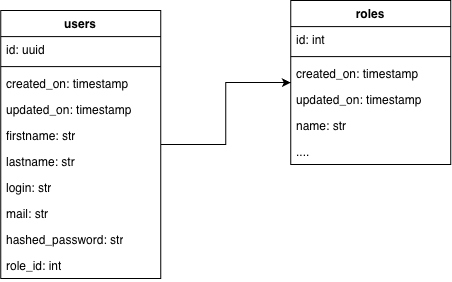
This is docs/img/DB.png from jur4ikoff/inference-platform, a draw.io export, as it was before one commit. Source tidied: cells renumbered, new cells last; positions are measured from the earlier drawing's top-left corner, leaving out a move shared by most shapes.
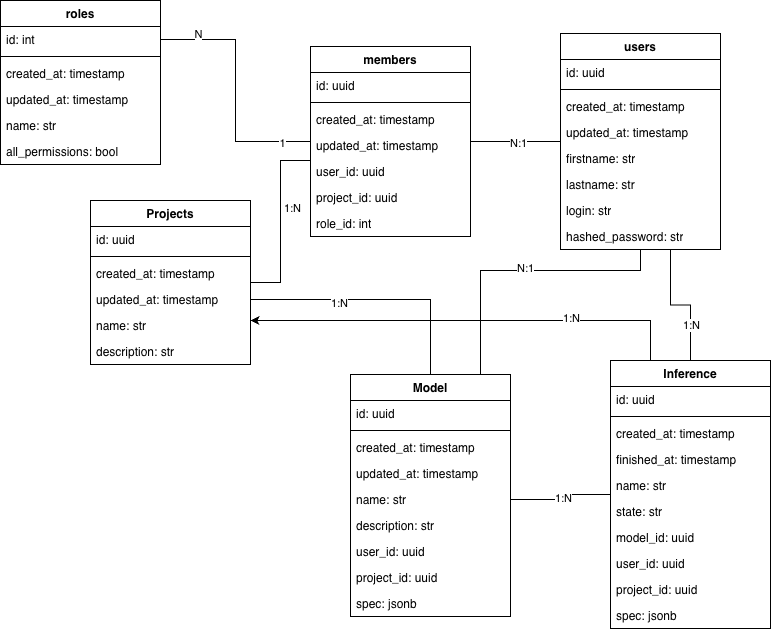
The same diagram one commit later.

Change to the diagram source:
```diff
@@ -2,11 +2,19 @@
   <root>
     <mxCell id="0" />
     <mxCell id="1" parent="0" />
-    <mxCell id="2" style="edgeStyle=orthogonalEdgeStyle;rounded=0;jettySize=auto;html=1;" parent="1" edge="1" source="3" target="14">
-      <mxGeometry relative="1" as="geometry" />
-    </mxCell>
+    <mxCell id="21" style="edgeStyle=orthogonalEdgeStyle;rounded=0;jettySize=auto;html=1;entryX=0.75;entryY=0;entryDx=0;entryDy=0;endArrow=none;endFill=0;" parent="1" edge="1" source="3" target="47">
+      <mxGeometry relative="1" as="geometry">
+        <Array as="points">
+          <mxPoint x="459" y="240" />
+          <mxPoint x="299" y="240" />
+        </Array>
+      </mxGeometry>
+    </mxCell>
+    <mxCell id="22" value="N:1" style="edgeLabel;html=1;align=center;verticalAlign=middle;" parent="21" vertex="1">
+      <mxGeometry x="-0.07" y="-2" relative="1" as="geometry" />
+    </mxCell>
     <mxCell id="3" value="users" style="swimlane;fontStyle=1;align=center;verticalAlign=top;horizontal=1;startSize=26;whiteSpace=wrap;html=1;" parent="1" vertex="1">
-      <mxGeometry y="10" width="160" height="268" as="geometry" />
+      <mxGeometry x="379" y="3" width="160" height="216" as="geometry" />
     </mxCell>
     <mxCell id="4" value="id: uuid" style="text;strokeColor=none;fillColor=none;align=left;verticalAlign=top;spacingLeft=4;spacingRight=4;overflow=hidden;whiteSpace=wrap;html=1;" parent="3" vertex="1">
       <mxGeometry y="26" width="160" height="26" as="geometry" />
@@ -14,10 +22,10 @@
     <mxCell id="5" style="line;strokeWidth=1;fillColor=none;align=left;verticalAlign=middle;spacingTop=-1;spacingLeft=3;spacingRight=3;labelPosition=right;strokeColor=inherit;" parent="3" vertex="1">
       <mxGeometry y="52" width="160" height="8" as="geometry" />
     </mxCell>
-    <mxCell id="6" value="created_on: timestamp" style="text;strokeColor=none;fillColor=none;align=left;verticalAlign=top;spacingLeft=4;spacingRight=4;overflow=hidden;whiteSpace=wrap;html=1;" parent="3" vertex="1">
+    <mxCell id="6" value="created_at: timestamp" style="text;strokeColor=none;fillColor=none;align=left;verticalAlign=top;spacingLeft=4;spacingRight=4;overflow=hidden;whiteSpace=wrap;html=1;" parent="3" vertex="1">
       <mxGeometry y="60" width="160" height="26" as="geometry" />
     </mxCell>
-    <mxCell id="7" value="updated_on: timestamp" style="text;strokeColor=none;fillColor=none;align=left;verticalAlign=top;spacingLeft=4;spacingRight=4;overflow=hidden;whiteSpace=wrap;html=1;" parent="3" vertex="1">
+    <mxCell id="7" value="updated_at: timestamp" style="text;strokeColor=none;fillColor=none;align=left;verticalAlign=top;spacingLeft=4;spacingRight=4;overflow=hidden;whiteSpace=wrap;html=1;" parent="3" vertex="1">
       <mxGeometry y="86" width="160" height="26" as="geometry" />
     </mxCell>
     <mxCell id="8" value="firstname: str" style="text;strokeColor=none;fillColor=none;align=left;verticalAlign=top;spacingLeft=4;spacingRight=4;overflow=hidden;whiteSpace=wrap;html=1;" parent="3" vertex="1">
@@ -29,17 +37,11 @@
     <mxCell id="10" value="login: str" style="text;strokeColor=none;fillColor=none;align=left;verticalAlign=top;spacingLeft=4;spacingRight=4;overflow=hidden;whiteSpace=wrap;html=1;" parent="3" vertex="1">
       <mxGeometry y="164" width="160" height="26" as="geometry" />
     </mxCell>
-    <mxCell id="11" value="mail: str" style="text;strokeColor=none;fillColor=none;align=left;verticalAlign=top;spacingLeft=4;spacingRight=4;overflow=hidden;whiteSpace=wrap;html=1;" parent="3" vertex="1">
-      <mxGeometry y="190" width="160" height="26" as="geometry" />
-    </mxCell>
     <mxCell id="12" value="hashed_password: str" style="text;strokeColor=none;fillColor=none;align=left;verticalAlign=top;spacingLeft=4;spacingRight=4;overflow=hidden;whiteSpace=wrap;html=1;" parent="3" vertex="1">
-      <mxGeometry y="216" width="160" height="26" as="geometry" />
+      <mxGeometry y="190" width="160" height="26" as="geometry" />
     </mxCell>
-    <mxCell id="13" value="role_id: int" style="text;strokeColor=none;fillColor=none;align=left;verticalAlign=top;spacingLeft=4;spacingRight=4;overflow=hidden;whiteSpace=wrap;html=1;" parent="3" vertex="1">
-      <mxGeometry y="242" width="160" height="26" as="geometry" />
-    </mxCell>
     <mxCell id="14" value="roles" style="swimlane;fontStyle=1;align=center;verticalAlign=top;horizontal=1;startSize=26;whiteSpace=wrap;html=1;" parent="1" vertex="1">
-      <mxGeometry x="290" width="160" height="164" as="geometry" />
+      <mxGeometry x="-181" y="-30" width="160" height="164" as="geometry" />
     </mxCell>
     <mxCell id="15" value="id: int" style="text;strokeColor=none;fillColor=none;align=left;verticalAlign=top;spacingLeft=4;spacingRight=4;overflow=hidden;points=[[0,0.5],[1,0.5]];portConstraint=eastwest;whiteSpace=wrap;html=1;" parent="14" vertex="1">
       <mxGeometry y="26" width="160" height="26" as="geometry" />
@@ -47,17 +49,186 @@
     <mxCell id="16" style="line;strokeWidth=1;fillColor=none;align=left;verticalAlign=middle;spacingTop=-1;spacingLeft=3;spacingRight=3;labelPosition=right;strokeColor=inherit;" parent="14" vertex="1">
       <mxGeometry y="52" width="160" height="8" as="geometry" />
     </mxCell>
-    <mxCell id="17" value="created_on: timestamp" style="text;strokeColor=none;fillColor=none;align=left;verticalAlign=top;spacingLeft=4;spacingRight=4;overflow=hidden;whiteSpace=wrap;html=1;" parent="14" vertex="1">
+    <mxCell id="17" value="created_at: timestamp" style="text;strokeColor=none;fillColor=none;align=left;verticalAlign=top;spacingLeft=4;spacingRight=4;overflow=hidden;whiteSpace=wrap;html=1;" parent="14" vertex="1">
       <mxGeometry y="60" width="160" height="26" as="geometry" />
     </mxCell>
-    <mxCell id="18" value="updated_on: timestamp" style="text;strokeColor=none;fillColor=none;align=left;verticalAlign=top;spacingLeft=4;spacingRight=4;overflow=hidden;whiteSpace=wrap;html=1;" parent="14" vertex="1">
+    <mxCell id="18" value="updated_at: timestamp" style="text;strokeColor=none;fillColor=none;align=left;verticalAlign=top;spacingLeft=4;spacingRight=4;overflow=hidden;whiteSpace=wrap;html=1;" parent="14" vertex="1">
       <mxGeometry y="86" width="160" height="26" as="geometry" />
     </mxCell>
     <mxCell id="19" value="name: str" style="text;strokeColor=none;fillColor=none;align=left;verticalAlign=top;spacingLeft=4;spacingRight=4;overflow=hidden;whiteSpace=wrap;html=1;" parent="14" vertex="1">
       <mxGeometry y="112" width="160" height="26" as="geometry" />
     </mxCell>
-    <mxCell id="20" value="...." style="text;strokeColor=none;fillColor=none;align=left;verticalAlign=top;spacingLeft=4;spacingRight=4;overflow=hidden;whiteSpace=wrap;html=1;" parent="14" vertex="1">
-      <mxGeometry y="138" width="160" height="26" as="geometry" />
-    </mxCell>
+    <mxCell id="23" value="all_permissions: bool" style="text;strokeColor=none;fillColor=none;align=left;verticalAlign=top;spacingLeft=4;spacingRight=4;overflow=hidden;whiteSpace=wrap;html=1;" parent="14" vertex="1">
+      <mxGeometry y="138" width="160" height="26" as="geometry" />
+    </mxCell>
+    <mxCell id="24" style="edgeStyle=orthogonalEdgeStyle;rounded=0;jettySize=auto;html=1;endArrow=none;endFill=0;" parent="1" edge="1" source="26" target="35">
+      <mxGeometry x="0.11" relative="1" as="geometry">
+        <Array as="points">
+          <mxPoint x="99" y="252" />
+          <mxPoint x="99" y="130" />
+        </Array>
+      </mxGeometry>
+    </mxCell>
+    <mxCell id="25" value="1:N" style="edgeLabel;html=1;align=center;verticalAlign=middle;" parent="24" vertex="1">
+      <mxGeometry x="0.79" relative="1" as="geometry">
+        <mxPoint y="47" as="offset" />
+      </mxGeometry>
+    </mxCell>
+    <mxCell id="26" value="Projects" style="swimlane;fontStyle=1;align=center;verticalAlign=top;horizontal=1;startSize=26;whiteSpace=wrap;html=1;" parent="1" vertex="1">
+      <mxGeometry x="-91" y="170" width="160" height="164" as="geometry" />
+    </mxCell>
+    <mxCell id="27" value="id: uuid" style="text;strokeColor=none;fillColor=none;align=left;verticalAlign=top;spacingLeft=4;spacingRight=4;overflow=hidden;whiteSpace=wrap;html=1;" parent="26" vertex="1">
+      <mxGeometry y="26" width="160" height="26" as="geometry" />
+    </mxCell>
+    <mxCell id="28" style="line;strokeWidth=1;fillColor=none;align=left;verticalAlign=middle;spacingTop=-1;spacingLeft=3;spacingRight=3;labelPosition=right;strokeColor=inherit;" parent="26" vertex="1">
+      <mxGeometry y="52" width="160" height="8" as="geometry" />
+    </mxCell>
+    <mxCell id="29" value="created_at: timestamp" style="text;strokeColor=none;fillColor=none;align=left;verticalAlign=top;spacingLeft=4;spacingRight=4;overflow=hidden;whiteSpace=wrap;html=1;" parent="26" vertex="1">
+      <mxGeometry y="60" width="160" height="26" as="geometry" />
+    </mxCell>
+    <mxCell id="30" value="updated_at: timestamp" style="text;strokeColor=none;fillColor=none;align=left;verticalAlign=top;spacingLeft=4;spacingRight=4;overflow=hidden;points=[[0,0.5],[1,0.5]];portConstraint=eastwest;whiteSpace=wrap;html=1;" parent="26" vertex="1">
+      <mxGeometry y="86" width="160" height="26" as="geometry" />
+    </mxCell>
+    <mxCell id="31" value="name: str" style="text;strokeColor=none;fillColor=none;align=left;verticalAlign=top;spacingLeft=4;spacingRight=4;overflow=hidden;whiteSpace=wrap;html=1;" parent="26" vertex="1">
+      <mxGeometry y="112" width="160" height="26" as="geometry" />
+    </mxCell>
+    <mxCell id="32" value="description: str" style="text;strokeColor=none;fillColor=none;align=left;verticalAlign=top;spacingLeft=4;spacingRight=4;overflow=hidden;whiteSpace=wrap;html=1;" parent="26" vertex="1">
+      <mxGeometry y="138" width="160" height="26" as="geometry" />
+    </mxCell>
+    <mxCell id="33" style="edgeStyle=orthogonalEdgeStyle;rounded=0;jettySize=auto;html=1;entryX=0;entryY=0.5;entryDx=0;entryDy=0;endArrow=none;endFill=0;" parent="1" edge="1" source="35" target="3">
+      <mxGeometry relative="1" as="geometry" />
+    </mxCell>
+    <mxCell id="34" value="N:1" style="edgeLabel;html=1;align=center;verticalAlign=middle;" parent="33" vertex="1">
+      <mxGeometry x="0.06" y="-1" relative="1" as="geometry" />
+    </mxCell>
+    <mxCell id="35" value="members" style="swimlane;fontStyle=1;align=center;verticalAlign=top;horizontal=1;startSize=26;whiteSpace=wrap;html=1;" parent="1" vertex="1">
+      <mxGeometry x="129" y="16" width="160" height="190" as="geometry" />
+    </mxCell>
+    <mxCell id="36" value="id: uuid" style="text;strokeColor=none;fillColor=none;align=left;verticalAlign=top;spacingLeft=4;spacingRight=4;overflow=hidden;whiteSpace=wrap;html=1;" parent="35" vertex="1">
+      <mxGeometry y="26" width="160" height="26" as="geometry" />
+    </mxCell>
+    <mxCell id="37" style="line;strokeWidth=1;fillColor=none;align=left;verticalAlign=middle;spacingTop=-1;spacingLeft=3;spacingRight=3;labelPosition=right;strokeColor=inherit;" parent="35" vertex="1">
+      <mxGeometry y="52" width="160" height="8" as="geometry" />
+    </mxCell>
+    <mxCell id="38" value="created_at: timestamp" style="text;strokeColor=none;fillColor=none;align=left;verticalAlign=top;spacingLeft=4;spacingRight=4;overflow=hidden;whiteSpace=wrap;html=1;" parent="35" vertex="1">
+      <mxGeometry y="60" width="160" height="26" as="geometry" />
+    </mxCell>
+    <mxCell id="39" value="updated_at: timestamp" style="text;strokeColor=none;fillColor=none;align=left;verticalAlign=top;spacingLeft=4;spacingRight=4;overflow=hidden;whiteSpace=wrap;html=1;" parent="35" vertex="1">
+      <mxGeometry y="86" width="160" height="26" as="geometry" />
+    </mxCell>
+    <mxCell id="40" value="user_id: uuid" style="text;strokeColor=none;fillColor=none;align=left;verticalAlign=top;spacingLeft=4;spacingRight=4;overflow=hidden;whiteSpace=wrap;html=1;" parent="35" vertex="1">
+      <mxGeometry y="112" width="160" height="26" as="geometry" />
+    </mxCell>
+    <mxCell id="41" value="project_id: uuid" style="text;strokeColor=none;fillColor=none;align=left;verticalAlign=top;spacingLeft=4;spacingRight=4;overflow=hidden;whiteSpace=wrap;html=1;" parent="35" vertex="1">
+      <mxGeometry y="138" width="160" height="26" as="geometry" />
+    </mxCell>
+    <mxCell id="13" value="role_id: int" style="text;strokeColor=none;fillColor=none;align=left;verticalAlign=top;spacingLeft=4;spacingRight=4;overflow=hidden;whiteSpace=wrap;html=1;" parent="35" vertex="1">
+      <mxGeometry y="164" width="160" height="26" as="geometry" />
+    </mxCell>
+    <mxCell id="42" style="edgeStyle=orthogonalEdgeStyle;rounded=0;jettySize=auto;html=1;endArrow=none;endFill=0;" parent="1" edge="1" source="15" target="35">
+      <mxGeometry relative="1" as="geometry" />
+    </mxCell>
+    <mxCell id="43" value="1" style="edgeLabel;html=1;align=center;verticalAlign=middle;" parent="42" vertex="1">
+      <mxGeometry x="0.77" y="-1" relative="1" as="geometry" />
+    </mxCell>
+    <mxCell id="44" value="N" style="edgeLabel;html=1;align=center;verticalAlign=middle;" parent="42" vertex="1">
+      <mxGeometry x="-0.71" y="5" relative="1" as="geometry" />
+    </mxCell>
+    <mxCell id="45" style="edgeStyle=orthogonalEdgeStyle;rounded=0;jettySize=auto;html=1;endArrow=none;endFill=0;" parent="1" edge="1" source="47" target="30">
+      <mxGeometry relative="1" as="geometry" />
+    </mxCell>
+    <mxCell id="46" value="1:N" style="edgeLabel;html=1;align=center;verticalAlign=middle;" parent="45" vertex="1">
+      <mxGeometry x="0.31" y="3" relative="1" as="geometry" />
+    </mxCell>
+    <mxCell id="47" value="Model" style="swimlane;fontStyle=1;align=center;verticalAlign=top;horizontal=1;startSize=26;whiteSpace=wrap;html=1;" parent="1" vertex="1">
+      <mxGeometry x="169" y="344" width="160" height="242" as="geometry" />
+    </mxCell>
+    <mxCell id="48" value="id: uuid" style="text;strokeColor=none;fillColor=none;align=left;verticalAlign=top;spacingLeft=4;spacingRight=4;overflow=hidden;whiteSpace=wrap;html=1;" parent="47" vertex="1">
+      <mxGeometry y="26" width="160" height="26" as="geometry" />
+    </mxCell>
+    <mxCell id="49" style="line;strokeWidth=1;fillColor=none;align=left;verticalAlign=middle;spacingTop=-1;spacingLeft=3;spacingRight=3;labelPosition=right;strokeColor=inherit;" parent="47" vertex="1">
+      <mxGeometry y="52" width="160" height="8" as="geometry" />
+    </mxCell>
+    <mxCell id="50" value="created_at: timestamp" style="text;strokeColor=none;fillColor=none;align=left;verticalAlign=top;spacingLeft=4;spacingRight=4;overflow=hidden;whiteSpace=wrap;html=1;" parent="47" vertex="1">
+      <mxGeometry y="60" width="160" height="26" as="geometry" />
+    </mxCell>
+    <mxCell id="51" value="updated_at: timestamp" style="text;strokeColor=none;fillColor=none;align=left;verticalAlign=top;spacingLeft=4;spacingRight=4;overflow=hidden;whiteSpace=wrap;html=1;" parent="47" vertex="1">
+      <mxGeometry y="86" width="160" height="26" as="geometry" />
+    </mxCell>
+    <mxCell id="52" value="name: str" style="text;strokeColor=none;fillColor=none;align=left;verticalAlign=top;spacingLeft=4;spacingRight=4;overflow=hidden;points=[[0,0.5],[1,0.5]];portConstraint=eastwest;whiteSpace=wrap;html=1;" parent="47" vertex="1">
+      <mxGeometry y="112" width="160" height="26" as="geometry" />
+    </mxCell>
+    <mxCell id="53" value="description: str" style="text;strokeColor=none;fillColor=none;align=left;verticalAlign=top;spacingLeft=4;spacingRight=4;overflow=hidden;whiteSpace=wrap;html=1;" parent="47" vertex="1">
+      <mxGeometry y="138" width="160" height="26" as="geometry" />
+    </mxCell>
+    <mxCell id="54" value="user_id: uuid" style="text;strokeColor=none;fillColor=none;align=left;verticalAlign=top;spacingLeft=4;spacingRight=4;overflow=hidden;whiteSpace=wrap;html=1;" parent="47" vertex="1">
+      <mxGeometry y="164" width="160" height="26" as="geometry" />
+    </mxCell>
+    <mxCell id="55" value="project_id: uuid" style="text;strokeColor=none;fillColor=none;align=left;verticalAlign=top;spacingLeft=4;spacingRight=4;overflow=hidden;whiteSpace=wrap;html=1;" parent="47" vertex="1">
+      <mxGeometry y="190" width="160" height="26" as="geometry" />
+    </mxCell>
+    <mxCell id="56" value="spec: jsonb" style="text;strokeColor=none;fillColor=none;align=left;verticalAlign=top;spacingLeft=4;spacingRight=4;overflow=hidden;whiteSpace=wrap;html=1;" parent="47" vertex="1">
+      <mxGeometry y="216" width="160" height="26" as="geometry" />
+    </mxCell>
+    <mxCell id="57" style="edgeStyle=orthogonalEdgeStyle;rounded=0;jettySize=auto;html=1;endArrow=none;endFill=0;" parent="1" edge="1" source="63" target="52">
+      <mxGeometry relative="1" as="geometry" />
+    </mxCell>
+    <mxCell id="58" value="1:N" style="edgeLabel;html=1;align=center;verticalAlign=middle;" parent="57" vertex="1">
+      <mxGeometry x="0.02" y="2" relative="1" as="geometry" />
+    </mxCell>
+    <mxCell id="59" style="edgeStyle=orthogonalEdgeStyle;rounded=0;jettySize=auto;html=1;endArrow=none;endFill=0;" parent="1" edge="1" source="63" target="3">
+      <mxGeometry x="0.01" relative="1" as="geometry">
+        <Array as="points">
+          <mxPoint x="509" y="274.5" />
+          <mxPoint x="489" y="274.5" />
+        </Array>
+      </mxGeometry>
+    </mxCell>
+    <mxCell id="60" value="1:N" style="edgeLabel;html=1;align=center;verticalAlign=middle;" parent="59" vertex="1">
+      <mxGeometry x="-0.45" relative="1" as="geometry" />
+    </mxCell>
+    <mxCell id="61" style="edgeStyle=orthogonalEdgeStyle;rounded=0;jettySize=auto;html=1;" parent="1" edge="1" source="63" target="26">
+      <mxGeometry relative="1" as="geometry">
+        <Array as="points">
+          <mxPoint x="469" y="290" />
+        </Array>
+      </mxGeometry>
+    </mxCell>
+    <mxCell id="62" value="1:N" style="edgeLabel;html=1;align=center;verticalAlign=middle;" parent="61" vertex="1">
+      <mxGeometry x="-0.45" y="-2" relative="1" as="geometry" />
+    </mxCell>
+    <mxCell id="63" value="Inference" style="swimlane;fontStyle=1;align=center;verticalAlign=top;horizontal=1;startSize=26;whiteSpace=wrap;html=1;" parent="1" vertex="1">
+      <mxGeometry x="429" y="330" width="160" height="268" as="geometry" />
+    </mxCell>
+    <mxCell id="64" value="id: uuid" style="text;strokeColor=none;fillColor=none;align=left;verticalAlign=top;spacingLeft=4;spacingRight=4;overflow=hidden;whiteSpace=wrap;html=1;" parent="63" vertex="1">
+      <mxGeometry y="26" width="160" height="26" as="geometry" />
+    </mxCell>
+    <mxCell id="65" style="line;strokeWidth=1;fillColor=none;align=left;verticalAlign=middle;spacingTop=-1;spacingLeft=3;spacingRight=3;labelPosition=right;strokeColor=inherit;" parent="63" vertex="1">
+      <mxGeometry y="52" width="160" height="8" as="geometry" />
+    </mxCell>
+    <mxCell id="66" value="created_at: timestamp" style="text;strokeColor=none;fillColor=none;align=left;verticalAlign=top;spacingLeft=4;spacingRight=4;overflow=hidden;whiteSpace=wrap;html=1;" parent="63" vertex="1">
+      <mxGeometry y="60" width="160" height="26" as="geometry" />
+    </mxCell>
+    <mxCell id="67" value="finished_at: timestamp" style="text;strokeColor=none;fillColor=none;align=left;verticalAlign=top;spacingLeft=4;spacingRight=4;overflow=hidden;whiteSpace=wrap;html=1;" parent="63" vertex="1">
+      <mxGeometry y="86" width="160" height="26" as="geometry" />
+    </mxCell>
+    <mxCell id="68" value="name: str" style="text;strokeColor=none;fillColor=none;align=left;verticalAlign=top;spacingLeft=4;spacingRight=4;overflow=hidden;whiteSpace=wrap;html=1;" parent="63" vertex="1">
+      <mxGeometry y="112" width="160" height="26" as="geometry" />
+    </mxCell>
+    <mxCell id="69" value="state: str" style="text;strokeColor=none;fillColor=none;align=left;verticalAlign=top;spacingLeft=4;spacingRight=4;overflow=hidden;whiteSpace=wrap;html=1;" parent="63" vertex="1">
+      <mxGeometry y="138" width="160" height="26" as="geometry" />
+    </mxCell>
+    <mxCell id="70" value="model_id: uuid" style="text;strokeColor=none;fillColor=none;align=left;verticalAlign=top;spacingLeft=4;spacingRight=4;overflow=hidden;whiteSpace=wrap;html=1;" parent="63" vertex="1">
+      <mxGeometry y="164" width="160" height="26" as="geometry" />
+    </mxCell>
+    <mxCell id="71" value="user_id: uuid" style="text;strokeColor=none;fillColor=none;align=left;verticalAlign=top;spacingLeft=4;spacingRight=4;overflow=hidden;whiteSpace=wrap;html=1;" parent="63" vertex="1">
+      <mxGeometry y="190" width="160" height="26" as="geometry" />
+    </mxCell>
+    <mxCell id="72" value="project_id: uuid" style="text;strokeColor=none;fillColor=none;align=left;verticalAlign=top;spacingLeft=4;spacingRight=4;overflow=hidden;whiteSpace=wrap;html=1;" parent="63" vertex="1">
+      <mxGeometry y="216" width="160" height="26" as="geometry" />
+    </mxCell>
+    <mxCell id="73" value="spec: jsonb" style="text;strokeColor=none;fillColor=none;align=left;verticalAlign=top;spacingLeft=4;spacingRight=4;overflow=hidden;whiteSpace=wrap;html=1;" parent="63" vertex="1">
+      <mxGeometry y="242" width="160" height="26" as="geometry" />
+    </mxCell>
   </root>
 </mxGraphModel>
```
